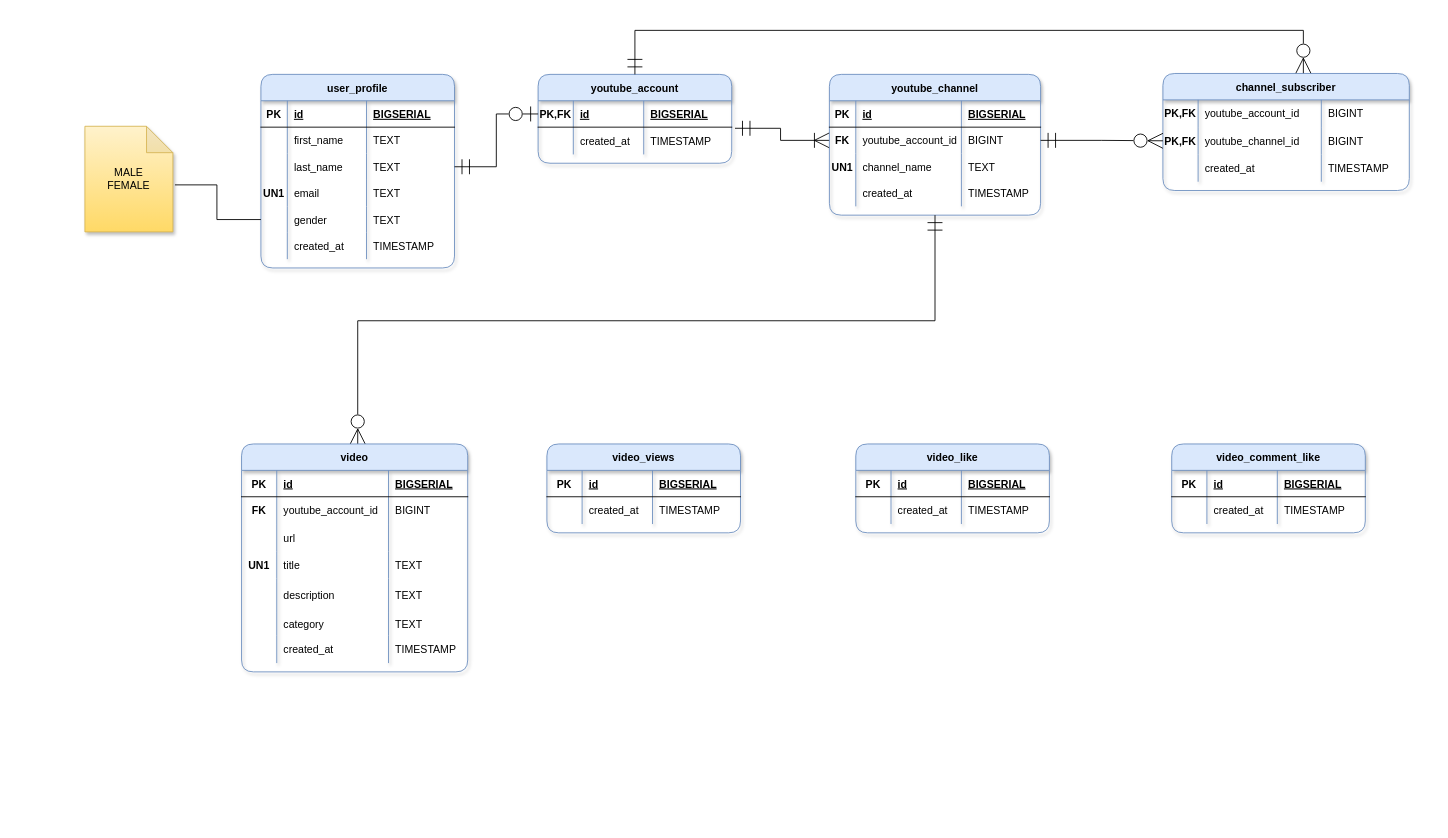
osman-software-engineer/sql-project-3 keeps this draw.io diagram as page "ERD" (3 of 3) of ERD/Youtube Database Design.drawio. Above is the earlier version. Source tidied: cells renumbered, new cells numbered last; positions are measured from the earlier drawing's top-left corner, leaving out a move shared by most shapes. Both pictures are drawn from the tidied source at 88%, with x=0, y=0 at pixel (84, 30).
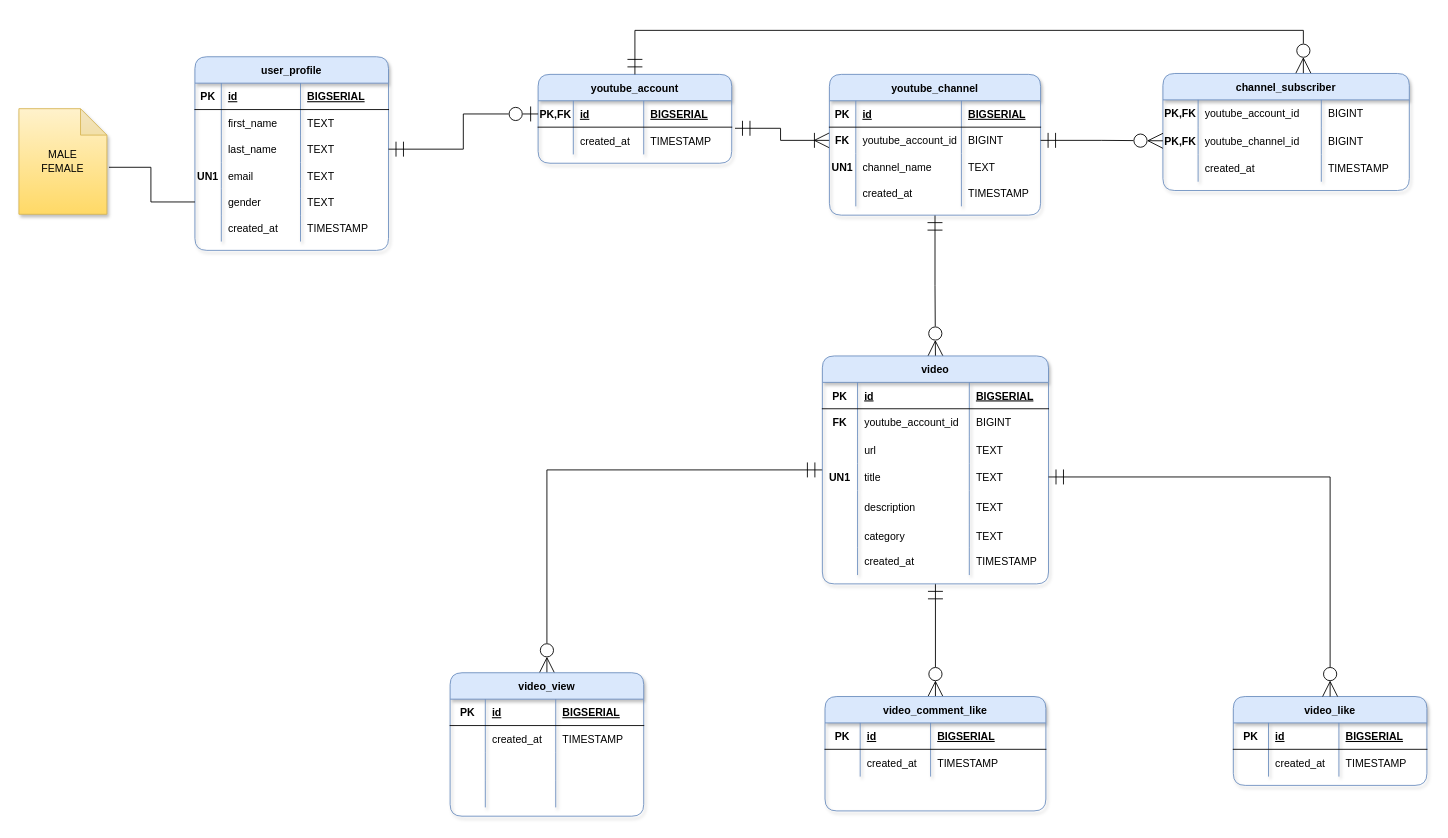
The same diagram, later.

The change refers to these unchanged cells:
```xml
<mxCell id="40" value="youtube_channel" style="shape=table;startSize=30;childLayout=tableLayout;rowLines=0;fontStyle=1;align=center;rounded=1;swimlaneLine=1;fillColor=#dae8fc;strokeColor=#6c8ebf;shadow=1;sketch=0;" parent="1" vertex="1">
  <mxGeometry x="846" y="50" width="240" height="160" as="geometry" />
</mxCell>
<mxCell id="83" style="shape=tableRow;horizontal=0;startSize=0;swimlaneHead=0;swimlaneBody=0;fillColor=none;top=0;left=0;right=0;bottom=0;" parent="74" vertex="1">
  <mxGeometry y="91" width="257" height="31" as="geometry" />
</mxCell>
<mxCell id="87" style="shape=tableRow;horizontal=0;startSize=0;swimlaneHead=0;swimlaneBody=0;fillColor=none;points=[[0,0.5],[1,0.5]];portConstraint=eastwest;top=0;left=0;right=0;bottom=0;" parent="74" vertex="1">
  <mxGeometry y="122" width="257" height="31" as="geometry" />
</mxCell>
```

Diff of the diagram source:
```diff
@@
     <mxCell id="3" value="user_profile" style="shape=table;startSize=30;childLayout=tableLayout;rowLines=0;fontStyle=1;align=center;rounded=1;swimlaneLine=1;fillColor=#dae8fc;strokeColor=#6c8ebf;shadow=1;sketch=0;" parent="1" vertex="1">
-      <mxGeometry x="200" y="50" width="220" height="220" as="geometry" />
+      <mxGeometry x="125" y="30" width="220" height="220" as="geometry" />
     </mxCell>
@@
     <mxCell id="28" value="MALE&lt;br&gt;FEMALE" style="shape=note;whiteSpace=wrap;html=1;backgroundOutline=1;darkOpacity=0.05;rounded=1;shadow=1;sketch=0;fillColor=#fff2cc;strokeColor=#d6b656;gradientColor=#ffd966;" parent="1" vertex="1">
-      <mxGeometry y="109" width="100" height="120" as="geometry" />
+      <mxGeometry x="-75" y="89" width="100" height="120" as="geometry" />
     </mxCell>
@@
+    <mxCell id="130" style="edgeStyle=orthogonalEdgeStyle;rounded=0;jettySize=auto;html=1;startArrow=ERmandOne;startFill=0;endArrow=ERzeroToMany;endFill=0;startSize=15;endSize=15;" parent="1" edge="1" source="40" target="74">
+      <mxGeometry relative="1" as="geometry" />
+    </mxCell>
@@
-    <mxCell id="73" style="edgeStyle=orthogonalEdgeStyle;rounded=0;jettySize=auto;html=1;entryX=0.5;entryY=1;entryDx=0;entryDy=0;endArrow=ERmandOne;endFill=0;startArrow=ERzeroToMany;startFill=0;endSize=15;startSize=15;" parent="1" edge="1" source="74" target="40">
-      <mxGeometry relative="1" as="geometry">
-        <Array as="points">
-          <mxPoint x="310" y="330" />
-          <mxPoint x="966" y="330" />
-        </Array>
-      </mxGeometry>
-    </mxCell>
+    <mxCell id="131" style="edgeStyle=orthogonalEdgeStyle;rounded=0;jettySize=auto;html=1;startArrow=ERmandOne;startFill=0;endArrow=ERzeroToMany;endFill=0;startSize=15;endSize=15;" parent="1" edge="1" source="74" target="103">
+      <mxGeometry relative="1" as="geometry" />
+    </mxCell>
+    <mxCell id="132" style="edgeStyle=orthogonalEdgeStyle;rounded=0;jettySize=auto;html=1;startArrow=ERmandOne;startFill=0;endArrow=ERzeroToMany;endFill=0;startSize=15;endSize=15;" parent="1" edge="1" source="74" target="121">
+      <mxGeometry relative="1" as="geometry" />
+    </mxCell>
     <mxCell id="74" value="video" style="shape=table;startSize=30;childLayout=tableLayout;rowLines=0;fontStyle=1;align=center;rounded=1;swimlaneLine=1;fillColor=#dae8fc;strokeColor=#6c8ebf;shadow=1;sketch=0;" parent="1" vertex="1">
-      <mxGeometry x="178" y="470" width="257" height="259" as="geometry" />
+      <mxGeometry x="838" y="370" width="257" height="259" as="geometry" />
     </mxCell>
@@
-    <mxCell id="86" style="shape=partialRectangle;fillColor=none;top=0;left=0;bottom=0;right=0;align=left;spacingLeft=6;overflow=hidden;" parent="83" vertex="1">
+    <mxCell id="86" value="TEXT" style="shape=partialRectangle;fillColor=none;top=0;left=0;bottom=0;right=0;align=left;spacingLeft=6;overflow=hidden;" parent="83" vertex="1">
       <mxGeometry x="167" width="90" height="31" as="geometry" />
     </mxCell>
@@
-    <mxCell id="103" value="video_views" style="shape=table;startSize=30;childLayout=tableLayout;rowLines=0;fontStyle=1;align=center;rounded=1;swimlaneLine=1;fillColor=#dae8fc;strokeColor=#6c8ebf;shadow=1;sketch=0;" parent="1" vertex="1">
-      <mxGeometry x="525" y="470" width="220" height="101" as="geometry" />
+    <mxCell id="103" value="video_view" style="shape=table;startSize=30;childLayout=tableLayout;rowLines=0;fontStyle=1;align=center;rounded=1;swimlaneLine=1;fillColor=#dae8fc;strokeColor=#6c8ebf;shadow=1;sketch=0;" parent="1" vertex="1">
+      <mxGeometry x="415" y="730" width="220" height="163" as="geometry" />
     </mxCell>
@@
+    <mxCell id="133" style="shape=tableRow;horizontal=0;startSize=0;swimlaneHead=0;swimlaneBody=0;fillColor=none;top=0;left=0;right=0;bottom=0;" parent="103" vertex="1">
+      <mxGeometry y="91" width="220" height="31" as="geometry" />
+    </mxCell>
+    <mxCell id="134" style="shape=partialRectangle;fillColor=none;top=0;left=0;bottom=0;right=0;overflow=hidden;" parent="133" vertex="1">
+      <mxGeometry width="40" height="31" as="geometry" />
+    </mxCell>
+    <mxCell id="135" style="shape=partialRectangle;fillColor=none;top=0;left=0;bottom=0;right=0;align=left;spacingLeft=6;overflow=hidden;" parent="133" vertex="1">
+      <mxGeometry x="40" width="80" height="31" as="geometry" />
+    </mxCell>
+    <mxCell id="136" style="shape=partialRectangle;fillColor=none;top=0;left=0;bottom=0;right=0;align=left;spacingLeft=6;overflow=hidden;" parent="133" vertex="1">
+      <mxGeometry x="120" width="100" height="31" as="geometry" />
+    </mxCell>
+    <mxCell id="137" style="shape=tableRow;horizontal=0;startSize=0;swimlaneHead=0;swimlaneBody=0;fillColor=none;top=0;left=0;right=0;bottom=0;" parent="103" vertex="1">
+      <mxGeometry y="122" width="220" height="31" as="geometry" />
+    </mxCell>
+    <mxCell id="138" style="shape=partialRectangle;fillColor=none;top=0;left=0;bottom=0;right=0;overflow=hidden;" parent="137" vertex="1">
+      <mxGeometry width="40" height="31" as="geometry" />
+    </mxCell>
+    <mxCell id="139" style="shape=partialRectangle;fillColor=none;top=0;left=0;bottom=0;right=0;align=left;spacingLeft=6;overflow=hidden;" parent="137" vertex="1">
+      <mxGeometry x="40" width="80" height="31" as="geometry" />
+    </mxCell>
+    <mxCell id="140" style="shape=partialRectangle;fillColor=none;top=0;left=0;bottom=0;right=0;align=left;spacingLeft=6;overflow=hidden;" parent="137" vertex="1">
+      <mxGeometry x="120" width="100" height="31" as="geometry" />
+    </mxCell>
     <mxCell id="112" value="video_like" style="shape=table;startSize=30;childLayout=tableLayout;rowLines=0;fontStyle=1;align=center;rounded=1;swimlaneLine=1;fillColor=#dae8fc;strokeColor=#6c8ebf;shadow=1;sketch=0;" parent="1" vertex="1">
-      <mxGeometry x="876" y="470" width="220" height="101" as="geometry" />
+      <mxGeometry x="1305" y="757" width="220" height="101" as="geometry" />
     </mxCell>
@@
     <mxCell id="121" value="video_comment_like" style="shape=table;startSize=30;childLayout=tableLayout;rowLines=0;fontStyle=1;align=center;rounded=1;swimlaneLine=1;fillColor=#dae8fc;strokeColor=#6c8ebf;shadow=1;sketch=0;" parent="1" vertex="1">
-      <mxGeometry x="1235" y="470" width="220" height="101" as="geometry" />
+      <mxGeometry x="841" y="757" width="251" height="130" as="geometry" />
     </mxCell>
     <mxCell id="122" style="shape=tableRow;horizontal=0;startSize=0;swimlaneHead=0;swimlaneBody=0;fillColor=none;top=0;left=0;right=0;bottom=1;" parent="121" vertex="1">
-      <mxGeometry y="30" width="220" height="30" as="geometry" />
+      <mxGeometry y="30" width="251" height="30" as="geometry" />
     </mxCell>
@@
     <mxCell id="125" value="BIGSERIAL" style="shape=partialRectangle;fillColor=none;top=0;left=0;bottom=0;right=0;align=left;spacingLeft=6;fontStyle=5;overflow=hidden;" parent="122" vertex="1">
-      <mxGeometry x="120" width="100" height="30" as="geometry" />
+      <mxGeometry x="120" width="131" height="30" as="geometry" />
     </mxCell>
     <mxCell id="126" style="shape=tableRow;horizontal=0;startSize=0;swimlaneHead=0;swimlaneBody=0;fillColor=none;top=0;left=0;right=0;bottom=0;" parent="121" vertex="1">
-      <mxGeometry y="60" width="220" height="31" as="geometry" />
+      <mxGeometry y="60" width="251" height="31" as="geometry" />
     </mxCell>
@@
     <mxCell id="129" value="TIMESTAMP" style="shape=partialRectangle;fillColor=none;top=0;left=0;bottom=0;right=0;align=left;spacingLeft=6;overflow=hidden;" parent="126" vertex="1">
-      <mxGeometry x="120" width="100" height="31" as="geometry" />
+      <mxGeometry x="120" width="131" height="31" as="geometry" />
     </mxCell>
+    <mxCell id="141" style="edgeStyle=orthogonalEdgeStyle;rounded=0;jettySize=auto;html=1;startArrow=ERmandOne;startFill=0;endArrow=ERzeroToMany;endFill=0;startSize=15;endSize=15;" parent="1" edge="1" source="87" target="112">
+      <mxGeometry relative="1" as="geometry" />
+    </mxCell>
```
